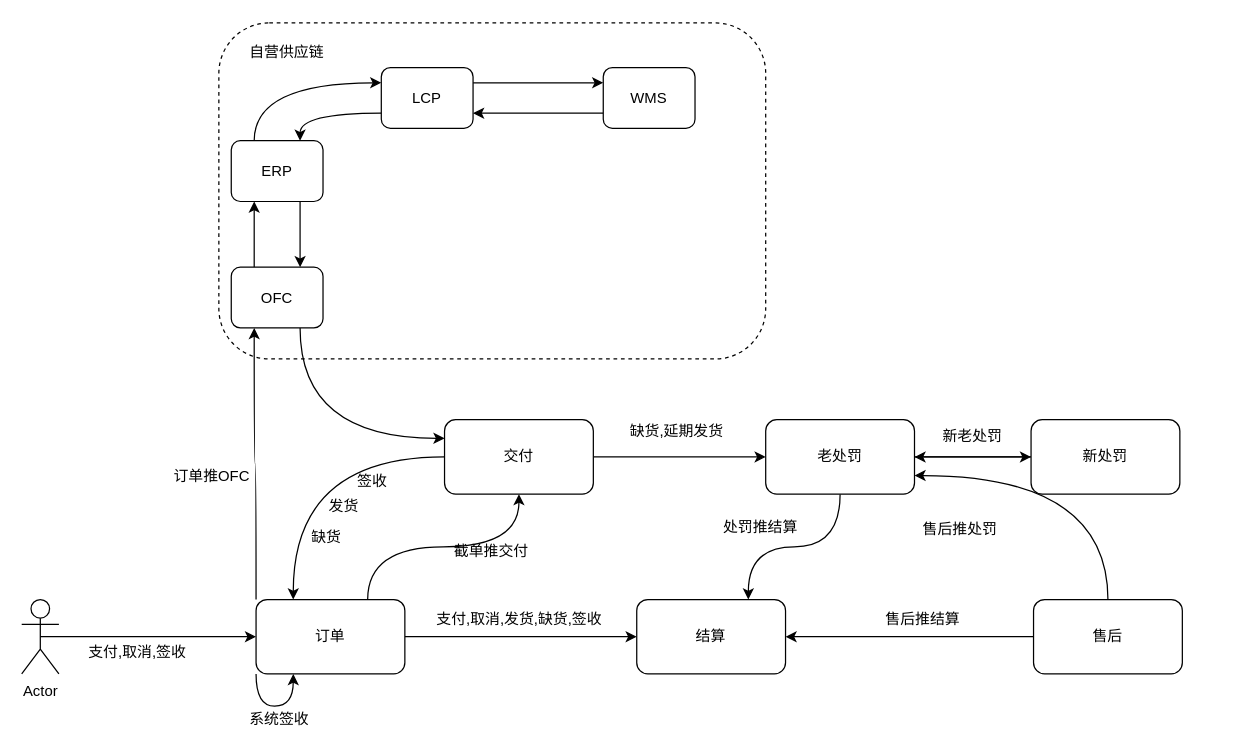
Earlier version of the draw.io diagram 稽核链路.drawio (mingtian110/pc_home). Source tidied: cells renumbered, new cells numbered last; positions are measured from the earlier drawing's top-left corner, leaving out a move shared by most shapes. Both pictures are drawn from the tidied source at 124%, with x=0, y=0 at pixel (21, 22).
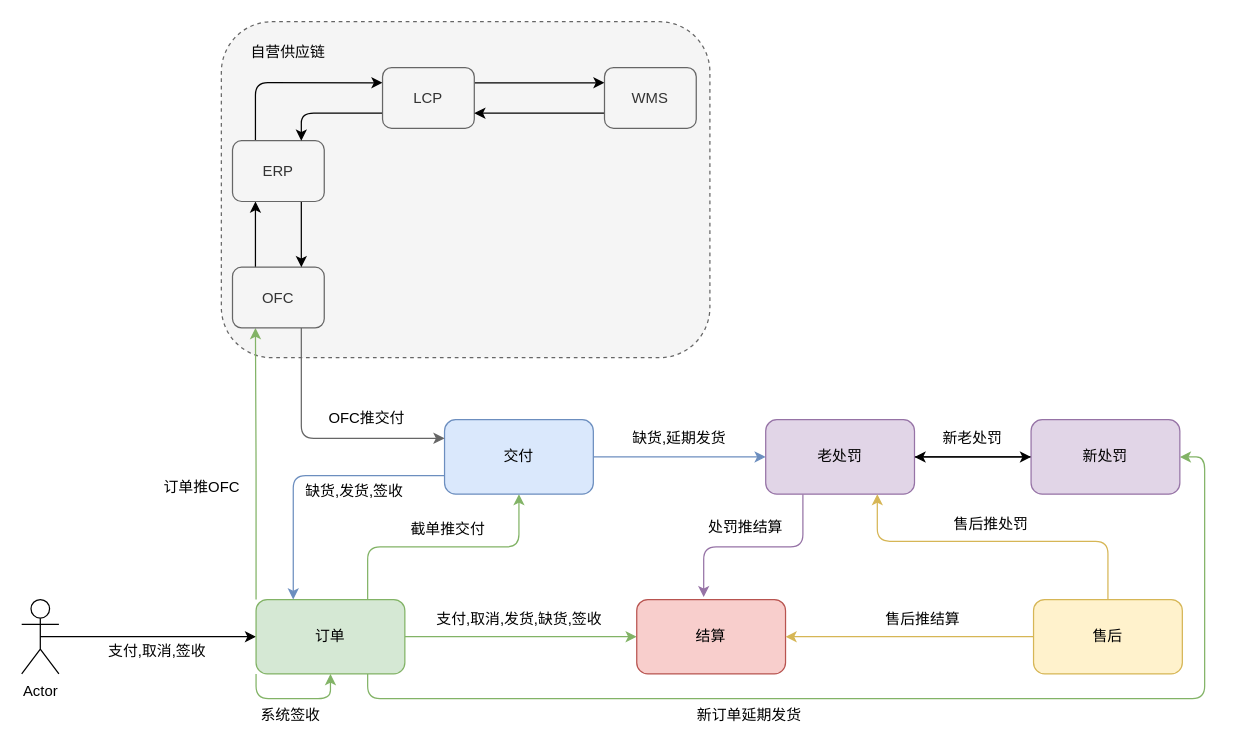
After the change.

Commit message:
更新稽核链路.drawio

The edit, as a diff of the source:
```diff
@@
-    <mxCell id="2" style="rounded=1;whiteSpace=wrap;html=1;shadow=0;dashed=1;" parent="1" vertex="1">
-      <mxGeometry x="159" width="441" height="271" as="geometry" />
+    <mxCell id="2" style="whiteSpace=wrap;html=1;shadow=0;dashed=1;fillColor=#f5f5f5;strokeColor=#666666;fontColor=#333333;rounded=1;" parent="1" vertex="1">
+      <mxGeometry x="161" y="-1" width="394" height="271" as="geometry" />
     </mxCell>
-    <mxCell id="3" style="edgeStyle=orthogonalEdgeStyle;rounded=0;jettySize=auto;html=1;exitX=0.5;exitY=0.5;exitDx=0;exitDy=0;exitPerimeter=0;entryX=0;entryY=0.5;entryDx=0;entryDy=0;" parent="1" edge="1" source="4" target="8">
+    <mxCell id="3" style="edgeStyle=orthogonalEdgeStyle;jettySize=auto;html=1;exitX=0.5;exitY=0.5;exitDx=0;exitDy=0;exitPerimeter=0;entryX=0;entryY=0.5;entryDx=0;entryDy=0;" parent="1" edge="1" source="4" target="8">
       <mxGeometry relative="1" as="geometry" />
     </mxCell>
-    <mxCell id="4" value="Actor" style="shape=umlActor;verticalLabelPosition=bottom;verticalAlign=top;html=1;outlineConnect=0;" parent="1" vertex="1">
+    <mxCell id="4" value="Actor" style="shape=umlActor;verticalLabelPosition=bottom;verticalAlign=top;html=1;outlineConnect=0;rounded=1;" parent="1" vertex="1">
       <mxGeometry y="465" width="30" height="60" as="geometry" />
     </mxCell>
-    <mxCell id="5" style="edgeStyle=orthogonalEdgeStyle;jettySize=auto;html=1;exitX=0.75;exitY=0;exitDx=0;exitDy=0;entryX=0.5;entryY=1;entryDx=0;entryDy=0;strokeColor=#000000;curved=1;" parent="1" edge="1" source="8" target="14">
+    <mxCell id="5" style="edgeStyle=orthogonalEdgeStyle;jettySize=auto;html=1;exitX=0.75;exitY=0;exitDx=0;exitDy=0;entryX=0.5;entryY=1;entryDx=0;entryDy=0;strokeColor=#82b366;fillColor=#d5e8d4;" parent="1" edge="1" source="8" target="14">
       <mxGeometry relative="1" as="geometry" />
     </mxCell>
-    <mxCell id="6" style="edgeStyle=orthogonalEdgeStyle;curved=1;jettySize=auto;html=1;exitX=0;exitY=0;exitDx=0;exitDy=0;entryX=0.25;entryY=1;entryDx=0;entryDy=0;strokeColor=#000000;" parent="1" edge="1" source="8" target="32">
+    <mxCell id="6" style="edgeStyle=orthogonalEdgeStyle;jettySize=auto;html=1;exitX=0;exitY=0;exitDx=0;exitDy=0;entryX=0.25;entryY=1;entryDx=0;entryDy=0;strokeColor=#82b366;fillColor=#d5e8d4;" parent="1" edge="1" source="8" target="32">
       <mxGeometry relative="1" as="geometry" />
     </mxCell>
-    <mxCell id="7" style="edgeStyle=orthogonalEdgeStyle;curved=1;jettySize=auto;html=1;exitX=1;exitY=0.5;exitDx=0;exitDy=0;strokeColor=#000000;" parent="1" edge="1" source="8" target="10">
+    <mxCell id="7" style="edgeStyle=orthogonalEdgeStyle;jettySize=auto;html=1;exitX=1;exitY=0.5;exitDx=0;exitDy=0;strokeColor=#82b366;fillColor=#d5e8d4;" parent="1" edge="1" source="8" target="10">
       <mxGeometry relative="1" as="geometry" />
     </mxCell>
+    <mxCell id="47" style="edgeStyle=orthogonalEdgeStyle;jettySize=auto;html=1;exitX=0.75;exitY=1;exitDx=0;exitDy=0;entryX=1;entryY=0.5;entryDx=0;entryDy=0;strokeColor=#82b366;fillColor=#d5e8d4;" parent="1" edge="1" source="8" target="23">
+      <mxGeometry relative="1" as="geometry" />
+    </mxCell>
-    <mxCell id="8" value="订单" style="rounded=1;whiteSpace=wrap;html=1;" parent="1" vertex="1">
+    <mxCell id="8" value="订单" style="whiteSpace=wrap;html=1;fillColor=#d5e8d4;strokeColor=#82b366;rounded=1;" parent="1" vertex="1">
       <mxGeometry x="189" y="465" width="120" height="60" as="geometry" />
     </mxCell>
-    <mxCell id="9" value="支付,取消,签收" style="text;html=1;strokeColor=none;fillColor=none;align=center;verticalAlign=middle;whiteSpace=wrap;rounded=0;" parent="1" vertex="1">
-      <mxGeometry x="42" y="501" width="103" height="14" as="geometry" />
+    <mxCell id="9" value="支付,取消,签收" style="text;html=1;strokeColor=none;fillColor=none;align=center;verticalAlign=middle;whiteSpace=wrap;rounded=1;" parent="1" vertex="1">
+      <mxGeometry x="58" y="500" width="103" height="14" as="geometry" />
     </mxCell>
-    <mxCell id="10" value="结算" style="rounded=1;whiteSpace=wrap;html=1;" parent="1" vertex="1">
+    <mxCell id="10" value="结算" style="whiteSpace=wrap;html=1;fillColor=#f8cecc;strokeColor=#b85450;rounded=1;" parent="1" vertex="1">
       <mxGeometry x="496" y="465" width="120" height="60" as="geometry" />
     </mxCell>
-    <mxCell id="11" value="支付,取消,发货,缺货,签收" style="text;html=1;strokeColor=none;fillColor=none;align=center;verticalAlign=middle;whiteSpace=wrap;rounded=0;" parent="1" vertex="1">
+    <mxCell id="11" value="支付,取消,发货,缺货,签收" style="text;html=1;strokeColor=none;fillColor=none;align=center;verticalAlign=middle;whiteSpace=wrap;rounded=1;" parent="1" vertex="1">
       <mxGeometry x="332.5" y="472" width="137" height="17" as="geometry" />
     </mxCell>
-    <mxCell id="12" style="edgeStyle=orthogonalEdgeStyle;curved=1;rounded=0;jettySize=auto;html=1;exitX=0;exitY=0.5;exitDx=0;exitDy=0;entryX=0.25;entryY=0;entryDx=0;entryDy=0;" parent="1" edge="1" source="14" target="8">
+    <mxCell id="12" style="edgeStyle=orthogonalEdgeStyle;jettySize=auto;html=1;exitX=0;exitY=0.75;exitDx=0;exitDy=0;entryX=0.25;entryY=0;entryDx=0;entryDy=0;fillColor=#dae8fc;strokeColor=#6c8ebf;" parent="1" edge="1" source="14" target="8">
       <mxGeometry relative="1" as="geometry" />
     </mxCell>
-    <mxCell id="13" style="edgeStyle=orthogonalEdgeStyle;curved=1;jettySize=auto;html=1;exitX=1;exitY=0.5;exitDx=0;exitDy=0;strokeColor=#000000;" parent="1" edge="1" source="14" target="21">
+    <mxCell id="13" style="edgeStyle=orthogonalEdgeStyle;jettySize=auto;html=1;exitX=1;exitY=0.5;exitDx=0;exitDy=0;strokeColor=#6c8ebf;fillColor=#dae8fc;" parent="1" edge="1" source="14" target="21">
       <mxGeometry relative="1" as="geometry" />
     </mxCell>
-    <mxCell id="14" value="交付" style="rounded=1;whiteSpace=wrap;html=1;" parent="1" vertex="1">
+    <mxCell id="14" value="交付" style="whiteSpace=wrap;html=1;fillColor=#dae8fc;strokeColor=#6c8ebf;rounded=1;" parent="1" vertex="1">
       <mxGeometry x="341" y="320" width="120" height="60" as="geometry" />
     </mxCell>
-    <mxCell id="15" value="签收" style="text;html=1;strokeColor=none;fillColor=none;align=center;verticalAlign=middle;whiteSpace=wrap;rounded=0;" parent="1" vertex="1">
-      <mxGeometry x="263" y="360" width="40" height="20" as="geometry" />
-    </mxCell>
-    <mxCell id="16" value="截单推交付" style="text;html=1;strokeColor=none;fillColor=none;align=center;verticalAlign=middle;whiteSpace=wrap;rounded=0;" parent="1" vertex="1">
-      <mxGeometry x="344" y="419" width="70" height="13" as="geometry" />
+    <mxCell id="16" value="截单推交付" style="text;html=1;strokeColor=none;fillColor=none;align=center;verticalAlign=middle;whiteSpace=wrap;rounded=1;" parent="1" vertex="1">
+      <mxGeometry x="309" y="402" width="70" height="13" as="geometry" />
     </mxCell>
-    <mxCell id="17" value="发货" style="text;html=1;strokeColor=none;fillColor=none;align=center;verticalAlign=middle;whiteSpace=wrap;rounded=0;" parent="1" vertex="1">
-      <mxGeometry x="240" y="380" width="40" height="20" as="geometry" />
+    <mxCell id="17" value="缺货,发货,签收" style="text;html=1;strokeColor=none;fillColor=none;align=center;verticalAlign=middle;whiteSpace=wrap;rounded=1;" parent="1" vertex="1">
+      <mxGeometry x="222" y="372" width="93" height="11" as="geometry" />
     </mxCell>
-    <mxCell id="18" value="缺货" style="text;html=1;strokeColor=none;fillColor=none;align=center;verticalAlign=middle;whiteSpace=wrap;rounded=0;" parent="1" vertex="1">
-      <mxGeometry x="226" y="405" width="40" height="20" as="geometry" />
-    </mxCell>
-    <mxCell id="19" style="edgeStyle=orthogonalEdgeStyle;curved=1;rounded=0;jettySize=auto;html=1;exitX=0.5;exitY=1;exitDx=0;exitDy=0;entryX=0.75;entryY=0;entryDx=0;entryDy=0;" parent="1" edge="1" source="21" target="10">
+    <mxCell id="19" style="edgeStyle=orthogonalEdgeStyle;jettySize=auto;html=1;exitX=0.25;exitY=1;exitDx=0;exitDy=0;entryX=0.45;entryY=-0.033;entryDx=0;entryDy=0;entryPerimeter=0;fillColor=#e1d5e7;strokeColor=#9673a6;" parent="1" edge="1" source="21" target="10">
       <mxGeometry relative="1" as="geometry" />
     </mxCell>
-    <mxCell id="20" style="edgeStyle=orthogonalEdgeStyle;curved=1;jettySize=auto;html=1;exitX=1;exitY=0.5;exitDx=0;exitDy=0;entryX=0;entryY=0.5;entryDx=0;entryDy=0;strokeColor=#000000;" parent="1" edge="1" source="21" target="23">
+    <mxCell id="20" style="edgeStyle=orthogonalEdgeStyle;jettySize=auto;html=1;exitX=1;exitY=0.5;exitDx=0;exitDy=0;entryX=0;entryY=0.5;entryDx=0;entryDy=0;strokeColor=#000000;" parent="1" edge="1" source="21" target="23">
       <mxGeometry relative="1" as="geometry" />
     </mxCell>
-    <mxCell id="21" value="老处罚" style="rounded=1;whiteSpace=wrap;html=1;" parent="1" vertex="1">
+    <mxCell id="21" value="老处罚" style="whiteSpace=wrap;html=1;fillColor=#e1d5e7;strokeColor=#9673a6;rounded=1;" parent="1" vertex="1">
       <mxGeometry x="600" y="320" width="120" height="60" as="geometry" />
     </mxCell>
-    <mxCell id="22" style="edgeStyle=orthogonalEdgeStyle;curved=1;jettySize=auto;html=1;exitX=0;exitY=0.5;exitDx=0;exitDy=0;entryX=1;entryY=0.5;entryDx=0;entryDy=0;strokeColor=#000000;" parent="1" edge="1" source="23" target="21">
+    <mxCell id="22" style="edgeStyle=orthogonalEdgeStyle;jettySize=auto;html=1;exitX=0;exitY=0.5;exitDx=0;exitDy=0;entryX=1;entryY=0.5;entryDx=0;entryDy=0;strokeColor=#000000;" parent="1" edge="1" source="23" target="21">
       <mxGeometry relative="1" as="geometry" />
     </mxCell>
-    <mxCell id="23" value="新处罚" style="rounded=1;whiteSpace=wrap;html=1;" parent="1" vertex="1">
+    <mxCell id="23" value="新处罚" style="whiteSpace=wrap;html=1;fillColor=#e1d5e7;strokeColor=#9673a6;rounded=1;" parent="1" vertex="1">
       <mxGeometry x="814" y="320" width="120" height="60" as="geometry" />
     </mxCell>
-    <mxCell id="24" value="缺货,延期发货" style="text;html=1;strokeColor=none;fillColor=none;align=center;verticalAlign=middle;whiteSpace=wrap;rounded=0;" parent="1" vertex="1">
-      <mxGeometry x="483" y="320" width="91" height="20" as="geometry" />
+    <mxCell id="24" value="缺货,延期发货" style="text;html=1;strokeColor=none;fillColor=none;align=center;verticalAlign=middle;whiteSpace=wrap;rounded=1;" parent="1" vertex="1">
+      <mxGeometry x="485" y="324.5" width="91" height="20" as="geometry" />
     </mxCell>
-    <mxCell id="25" style="edgeStyle=orthogonalEdgeStyle;curved=1;rounded=0;jettySize=auto;html=1;exitX=0;exitY=0.5;exitDx=0;exitDy=0;" parent="1" edge="1" source="27" target="10">
+    <mxCell id="25" style="edgeStyle=orthogonalEdgeStyle;jettySize=auto;html=1;exitX=0;exitY=0.5;exitDx=0;exitDy=0;fillColor=#fff2cc;strokeColor=#d6b656;" parent="1" edge="1" source="27" target="10">
       <mxGeometry relative="1" as="geometry" />
     </mxCell>
-    <mxCell id="26" style="edgeStyle=orthogonalEdgeStyle;curved=1;jettySize=auto;html=1;exitX=0.5;exitY=0;exitDx=0;exitDy=0;entryX=1;entryY=0.75;entryDx=0;entryDy=0;strokeColor=#000000;" parent="1" edge="1" source="27" target="21">
-      <mxGeometry relative="1" as="geometry" />
+    <mxCell id="26" style="edgeStyle=orthogonalEdgeStyle;jettySize=auto;html=1;exitX=0.5;exitY=0;exitDx=0;exitDy=0;entryX=0.75;entryY=1;entryDx=0;entryDy=0;strokeColor=#d6b656;fillColor=#fff2cc;" parent="1" edge="1" source="27" target="21">
+      <mxGeometry relative="1" as="geometry">
+        <Array as="points">
+          <mxPoint x="876" y="418" />
+          <mxPoint x="690" y="418" />
+        </Array>
+      </mxGeometry>
     </mxCell>
-    <mxCell id="27" value="售后" style="rounded=1;whiteSpace=wrap;html=1;" parent="1" vertex="1">
+    <mxCell id="27" value="售后" style="whiteSpace=wrap;html=1;fillColor=#fff2cc;strokeColor=#d6b656;rounded=1;" parent="1" vertex="1">
       <mxGeometry x="816" y="465" width="120" height="60" as="geometry" />
     </mxCell>
-    <mxCell id="28" value="订单推OFC" style="text;html=1;strokeColor=none;fillColor=none;align=center;verticalAlign=middle;whiteSpace=wrap;rounded=0;" parent="1" vertex="1">
-      <mxGeometry x="118" y="360" width="71" height="11" as="geometry" />
+    <mxCell id="28" value="订单推OFC" style="text;html=1;strokeColor=none;fillColor=none;align=center;verticalAlign=middle;whiteSpace=wrap;rounded=1;" parent="1" vertex="1">
+      <mxGeometry x="110" y="369" width="71" height="11" as="geometry" />
     </mxCell>
-    <mxCell id="29" value="处罚推结算" style="text;html=1;strokeColor=none;fillColor=none;align=center;verticalAlign=middle;whiteSpace=wrap;rounded=0;" parent="1" vertex="1">
-      <mxGeometry x="564" y="398" width="64" height="17" as="geometry" />
+    <mxCell id="29" value="处罚推结算" style="text;html=1;strokeColor=none;fillColor=none;align=center;verticalAlign=middle;whiteSpace=wrap;rounded=1;" parent="1" vertex="1">
+      <mxGeometry x="552" y="398" width="64" height="17" as="geometry" />
     </mxCell>
-    <mxCell id="30" style="edgeStyle=orthogonalEdgeStyle;curved=1;rounded=0;jettySize=auto;html=1;exitX=0.75;exitY=1;exitDx=0;exitDy=0;entryX=0;entryY=0.25;entryDx=0;entryDy=0;" parent="1" edge="1" source="32" target="14">
+    <mxCell id="30" style="edgeStyle=orthogonalEdgeStyle;jettySize=auto;html=1;exitX=0.75;exitY=1;exitDx=0;exitDy=0;entryX=0;entryY=0.25;entryDx=0;entryDy=0;fillColor=#f5f5f5;strokeColor=#666666;" parent="1" edge="1" source="32" target="14">
       <mxGeometry relative="1" as="geometry" />
     </mxCell>
-    <mxCell id="31" style="edgeStyle=orthogonalEdgeStyle;curved=1;jettySize=auto;html=1;exitX=0.25;exitY=0;exitDx=0;exitDy=0;entryX=0.25;entryY=1;entryDx=0;entryDy=0;strokeColor=#000000;" parent="1" edge="1" source="32" target="35">
+    <mxCell id="31" style="edgeStyle=orthogonalEdgeStyle;jettySize=auto;html=1;exitX=0.25;exitY=0;exitDx=0;exitDy=0;entryX=0.25;entryY=1;entryDx=0;entryDy=0;strokeColor=#000000;" parent="1" edge="1" source="32" target="35">
       <mxGeometry relative="1" as="geometry" />
     </mxCell>
-    <mxCell id="32" value="OFC" style="rounded=1;whiteSpace=wrap;html=1;" parent="1" vertex="1">
-      <mxGeometry x="169" y="197" width="74" height="49" as="geometry" />
+    <mxCell id="32" value="OFC" style="whiteSpace=wrap;html=1;fillColor=#f5f5f5;strokeColor=#666666;fontColor=#333333;rounded=1;" parent="1" vertex="1">
+      <mxGeometry x="170" y="197" width="74" height="49" as="geometry" />
     </mxCell>
-    <mxCell id="33" style="edgeStyle=orthogonalEdgeStyle;curved=1;rounded=0;jettySize=auto;html=1;exitX=0.25;exitY=0;exitDx=0;exitDy=0;entryX=0;entryY=0.25;entryDx=0;entryDy=0;" parent="1" edge="1" source="35" target="38">
+    <mxCell id="33" style="edgeStyle=orthogonalEdgeStyle;jettySize=auto;html=1;exitX=0.25;exitY=0;exitDx=0;exitDy=0;entryX=0;entryY=0.25;entryDx=0;entryDy=0;" parent="1" edge="1" source="35" target="38">
       <mxGeometry relative="1" as="geometry" />
     </mxCell>
-    <mxCell id="34" style="edgeStyle=orthogonalEdgeStyle;curved=1;jettySize=auto;html=1;exitX=0.75;exitY=1;exitDx=0;exitDy=0;entryX=0.75;entryY=0;entryDx=0;entryDy=0;strokeColor=#000000;" parent="1" edge="1" source="35" target="32">
+    <mxCell id="34" style="edgeStyle=orthogonalEdgeStyle;jettySize=auto;html=1;exitX=0.75;exitY=1;exitDx=0;exitDy=0;entryX=0.75;entryY=0;entryDx=0;entryDy=0;strokeColor=#000000;" parent="1" edge="1" source="35" target="32">
       <mxGeometry relative="1" as="geometry" />
     </mxCell>
-    <mxCell id="35" value="ERP" style="rounded=1;whiteSpace=wrap;html=1;" parent="1" vertex="1">
-      <mxGeometry x="169" y="95" width="74" height="49" as="geometry" />
+    <mxCell id="35" value="ERP" style="whiteSpace=wrap;html=1;fillColor=#f5f5f5;strokeColor=#666666;fontColor=#333333;rounded=1;" parent="1" vertex="1">
+      <mxGeometry x="170" y="95" width="74" height="49" as="geometry" />
     </mxCell>
-    <mxCell id="36" style="edgeStyle=orthogonalEdgeStyle;curved=1;rounded=0;jettySize=auto;html=1;exitX=1;exitY=0.25;exitDx=0;exitDy=0;entryX=0;entryY=0.25;entryDx=0;entryDy=0;" parent="1" edge="1" source="38" target="40">
+    <mxCell id="36" style="edgeStyle=orthogonalEdgeStyle;jettySize=auto;html=1;exitX=1;exitY=0.25;exitDx=0;exitDy=0;entryX=0;entryY=0.25;entryDx=0;entryDy=0;" parent="1" edge="1" source="38" target="40">
       <mxGeometry relative="1" as="geometry" />
     </mxCell>
-    <mxCell id="37" style="edgeStyle=orthogonalEdgeStyle;curved=1;rounded=0;jettySize=auto;html=1;exitX=0;exitY=0.75;exitDx=0;exitDy=0;entryX=0.75;entryY=0;entryDx=0;entryDy=0;" parent="1" edge="1" source="38" target="35">
+    <mxCell id="37" style="edgeStyle=orthogonalEdgeStyle;jettySize=auto;html=1;exitX=0;exitY=0.75;exitDx=0;exitDy=0;entryX=0.75;entryY=0;entryDx=0;entryDy=0;" parent="1" edge="1" source="38" target="35">
       <mxGeometry relative="1" as="geometry" />
     </mxCell>
-    <mxCell id="38" value="LCP" style="rounded=1;whiteSpace=wrap;html=1;" parent="1" vertex="1">
-      <mxGeometry x="290" y="36" width="74" height="49" as="geometry" />
+    <mxCell id="38" value="LCP" style="whiteSpace=wrap;html=1;fillColor=#f5f5f5;strokeColor=#666666;fontColor=#333333;rounded=1;" parent="1" vertex="1">
+      <mxGeometry x="291" y="36" width="74" height="49" as="geometry" />
     </mxCell>
-    <mxCell id="39" style="edgeStyle=orthogonalEdgeStyle;curved=1;rounded=0;jettySize=auto;html=1;exitX=0;exitY=0.75;exitDx=0;exitDy=0;entryX=1;entryY=0.75;entryDx=0;entryDy=0;" parent="1" edge="1" source="40" target="38">
+    <mxCell id="39" style="edgeStyle=orthogonalEdgeStyle;jettySize=auto;html=1;exitX=0;exitY=0.75;exitDx=0;exitDy=0;entryX=1;entryY=0.75;entryDx=0;entryDy=0;" parent="1" edge="1" source="40" target="38">
       <mxGeometry relative="1" as="geometry" />
     </mxCell>
-    <mxCell id="40" value="WMS" style="rounded=1;whiteSpace=wrap;html=1;" parent="1" vertex="1">
-      <mxGeometry x="469" y="36" width="74" height="49" as="geometry" />
+    <mxCell id="40" value="WMS" style="whiteSpace=wrap;html=1;fillColor=#f5f5f5;strokeColor=#666666;fontColor=#333333;rounded=1;" parent="1" vertex="1">
+      <mxGeometry x="470" y="36" width="74" height="49" as="geometry" />
     </mxCell>
-    <mxCell id="41" value="售后推结算" style="text;html=1;strokeColor=none;fillColor=none;align=center;verticalAlign=middle;whiteSpace=wrap;rounded=0;" parent="1" vertex="1">
+    <mxCell id="41" value="售后推结算" style="text;html=1;strokeColor=none;fillColor=none;align=center;verticalAlign=middle;whiteSpace=wrap;rounded=1;" parent="1" vertex="1">
       <mxGeometry x="695" y="472" width="64" height="17" as="geometry" />
     </mxCell>
-    <mxCell id="42" value="新老处罚" style="text;html=1;strokeColor=none;fillColor=none;align=center;verticalAlign=middle;whiteSpace=wrap;rounded=0;" parent="1" vertex="1">
-      <mxGeometry x="737" y="323" width="60" height="21.5" as="geometry" />
+    <mxCell id="42" value="新老处罚" style="text;html=1;strokeColor=none;fillColor=none;align=center;verticalAlign=middle;whiteSpace=wrap;rounded=1;" parent="1" vertex="1">
+      <mxGeometry x="737" y="324.5" width="60" height="21.5" as="geometry" />
     </mxCell>
-    <mxCell id="43" value="自营供应链" style="text;html=1;strokeColor=none;fillColor=none;align=center;verticalAlign=middle;whiteSpace=wrap;rounded=0;shadow=0;dashed=1;" parent="1" vertex="1">
-      <mxGeometry x="180" y="16" width="68" height="16" as="geometry" />
+    <mxCell id="43" value="自营供应链" style="text;html=1;strokeColor=none;fillColor=none;align=center;verticalAlign=middle;whiteSpace=wrap;shadow=0;dashed=1;rounded=1;" parent="1" vertex="1">
+      <mxGeometry x="181" y="16" width="68" height="16" as="geometry" />
     </mxCell>
-    <mxCell id="44" value="售后推处罚" style="text;html=1;strokeColor=none;fillColor=none;align=center;verticalAlign=middle;whiteSpace=wrap;rounded=0;" parent="1" vertex="1">
-      <mxGeometry x="725" y="400" width="64" height="17" as="geometry" />
+    <mxCell id="44" value="售后推处罚" style="text;html=1;strokeColor=none;fillColor=none;align=center;verticalAlign=middle;whiteSpace=wrap;rounded=1;" parent="1" vertex="1">
+      <mxGeometry x="750" y="396" width="64" height="17" as="geometry" />
     </mxCell>
+    <mxCell id="46" value="系统签收" style="text;html=1;strokeColor=none;fillColor=none;align=center;verticalAlign=middle;whiteSpace=wrap;rounded=1;" parent="1" vertex="1">
+      <mxGeometry x="189" y="552" width="56" height="13" as="geometry" />
+    </mxCell>
+    <mxCell id="48" style="edgeStyle=orthogonalEdgeStyle;orthogonalLoop=1;jettySize=auto;html=1;exitX=0.5;exitY=1;exitDx=0;exitDy=0;strokeColor=#000000;" parent="1" edge="1" source="17" target="17">
+      <mxGeometry relative="1" as="geometry" />
+    </mxCell>
-    <mxCell id="45" style="edgeStyle=orthogonalEdgeStyle;curved=1;orthogonalLoop=1;jettySize=auto;html=1;exitX=0;exitY=1;exitDx=0;exitDy=0;entryX=0.25;entryY=1;entryDx=0;entryDy=0;strokeColor=#000000;" parent="1" edge="1" source="8" target="8">
-      <mxGeometry relative="1" as="geometry">
-        <Array as="points">
-          <mxPoint x="189" y="551" />
-          <mxPoint x="219" y="551" />
-        </Array>
-      </mxGeometry>
+    <mxCell id="45" style="edgeStyle=orthogonalEdgeStyle;orthogonalLoop=1;jettySize=auto;html=1;exitX=0;exitY=1;exitDx=0;exitDy=0;entryX=0.5;entryY=1;entryDx=0;entryDy=0;strokeColor=#82b366;fillColor=#d5e8d4;" parent="1" edge="1" source="8" target="8">
+      <mxGeometry relative="1" as="geometry" />
     </mxCell>
-    <mxCell id="46" value="系统签收" style="text;html=1;strokeColor=none;fillColor=none;align=center;verticalAlign=middle;whiteSpace=wrap;rounded=0;" parent="1" vertex="1">
-      <mxGeometry x="180" y="555" width="56" height="13" as="geometry" />
-    </mxCell>
+    <mxCell id="49" value="新订单延期发货" style="text;html=1;strokeColor=none;fillColor=none;align=center;verticalAlign=middle;whiteSpace=wrap;rounded=1;" parent="1" vertex="1">
+      <mxGeometry x="534" y="552" width="106" height="13" as="geometry" />
+    </mxCell>
+    <mxCell id="50" value="OFC推交付" style="text;html=1;strokeColor=none;fillColor=none;align=center;verticalAlign=middle;whiteSpace=wrap;rounded=1;" parent="1" vertex="1">
+      <mxGeometry x="232" y="313.5" width="93" height="11" as="geometry" />
+    </mxCell>
```
